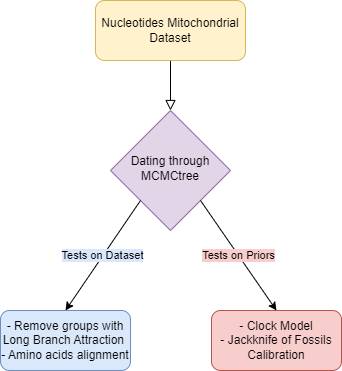
The draw.io diagram Workflow.png in NiccoloRighetti/MantoGryllo_Dating, before a commit. Source tidied: cells renumbered, new cells last; positions are measured from the earlier drawing's top-left corner, leaving out a move shared by most shapes.
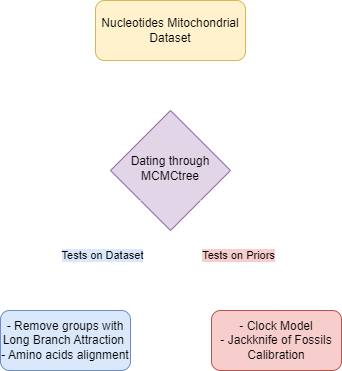
Above is the later version.

What changed in the source:
```diff
@@ -2,7 +2,7 @@
   <root>
     <mxCell id="0" />
     <mxCell id="1" parent="0" />
-    <mxCell id="2" style="rounded=0;html=1;jettySize=auto;fontSize=11;endArrow=block;endFill=0;endSize=8;strokeWidth=1;shadow=0;labelBackgroundColor=none;edgeStyle=orthogonalEdgeStyle;" parent="1" edge="1" source="3" target="4">
+    <mxCell id="2" style="rounded=0;html=1;jettySize=auto;fontSize=11;endArrow=block;endFill=0;endSize=8;strokeWidth=1;shadow=0;labelBackgroundColor=none;edgeStyle=orthogonalEdgeStyle;strokeColor=#FFFFFF;" parent="1" edge="1" source="3" target="4">
       <mxGeometry relative="1" as="geometry" />
     </mxCell>
     <mxCell id="3" value="Nucleotides Mitochondrial Dataset" style="rounded=1;whiteSpace=wrap;html=1;fontSize=12;glass=0;strokeWidth=1;shadow=0;fillColor=#fff2cc;strokeColor=#d6b656;" parent="1" vertex="1">
@@ -17,10 +17,10 @@
     <mxCell id="6" value="- Remove groups with Long Branch Attraction&amp;nbsp;&lt;br&gt;- Amino acids alignment" style="rounded=1;whiteSpace=wrap;html=1;fontSize=12;glass=0;strokeWidth=1;shadow=0;fillColor=#dae8fc;strokeColor=#6c8ebf;" parent="1" vertex="1">
       <mxGeometry y="310" width="130" height="60" as="geometry" />
     </mxCell>
-    <mxCell id="7" value="Tests on Priors" style="endArrow=classic;html=1;rounded=0;entryX=0.5;entryY=0;entryDx=0;entryDy=0;exitX=1;exitY=1;exitDx=0;exitDy=0;labelBackgroundColor=#f8cecc;" parent="1" edge="1" source="4" target="5">
+    <mxCell id="7" value="Tests on Priors" style="endArrow=classic;html=1;rounded=0;entryX=0.5;entryY=0;entryDx=0;entryDy=0;exitX=1;exitY=1;exitDx=0;exitDy=0;labelBackgroundColor=#f8cecc;strokeColor=#FFFFFF;" parent="1" edge="1" source="4" target="5">
       <mxGeometry relative="1" as="geometry" />
     </mxCell>
-    <mxCell id="8" value="Tests on Dataset" style="endArrow=classic;html=1;rounded=0;entryX=0.5;entryY=0;entryDx=0;entryDy=0;exitX=0;exitY=1;exitDx=0;exitDy=0;labelBackgroundColor=#dae8fc;" parent="1" edge="1" source="4" target="6">
+    <mxCell id="8" value="Tests on Dataset" style="endArrow=classic;html=1;rounded=0;entryX=0.5;entryY=0;entryDx=0;entryDy=0;exitX=0;exitY=1;exitDx=0;exitDy=0;labelBackgroundColor=#dae8fc;strokeColor=#ffffff;" parent="1" edge="1" source="4" target="6">
       <mxGeometry relative="1" as="geometry" />
     </mxCell>
   </root>
```
